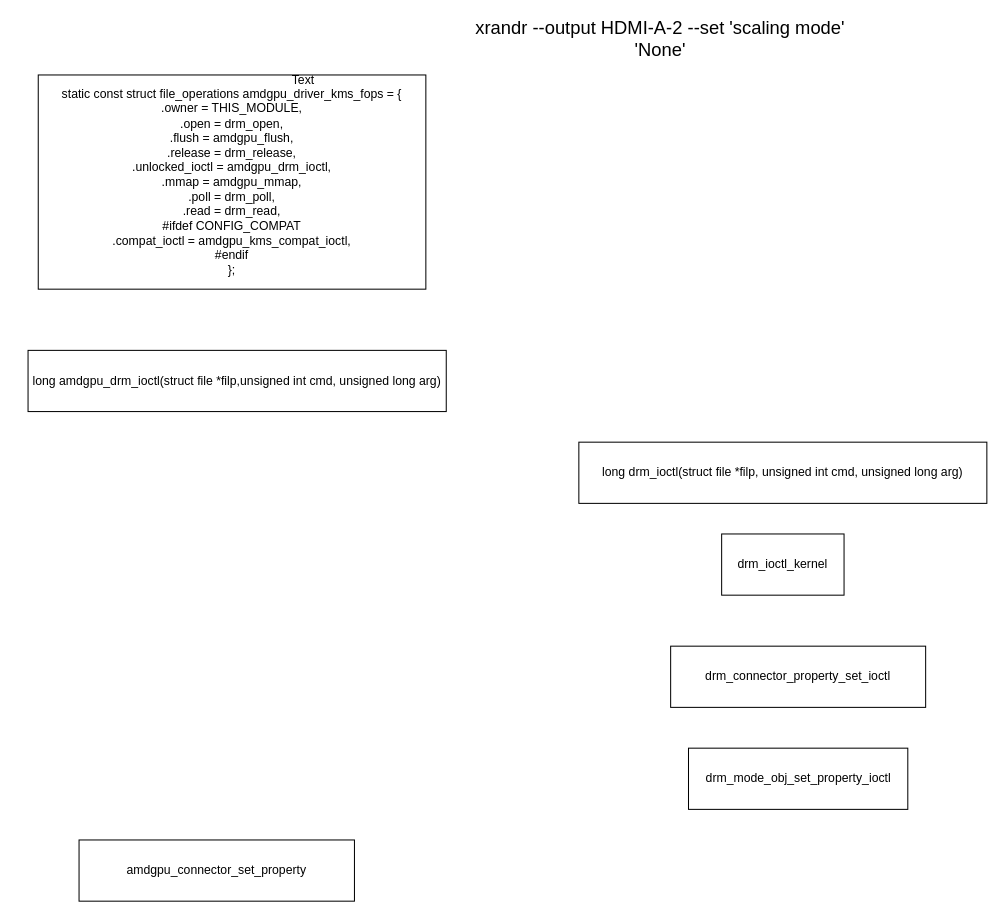
The draw.io diagram amdgpu drm ioctl flow.drawio in hongaoo/draw-io-files, before the edit. Source tidied: cells renumbered, new cells numbered last; positions are measured from the earlier drawing's top-left corner, leaving out a move shared by most shapes. Both pictures are drawn from the tidied source at 102%, with x=0, y=0 at pixel (28, 23).
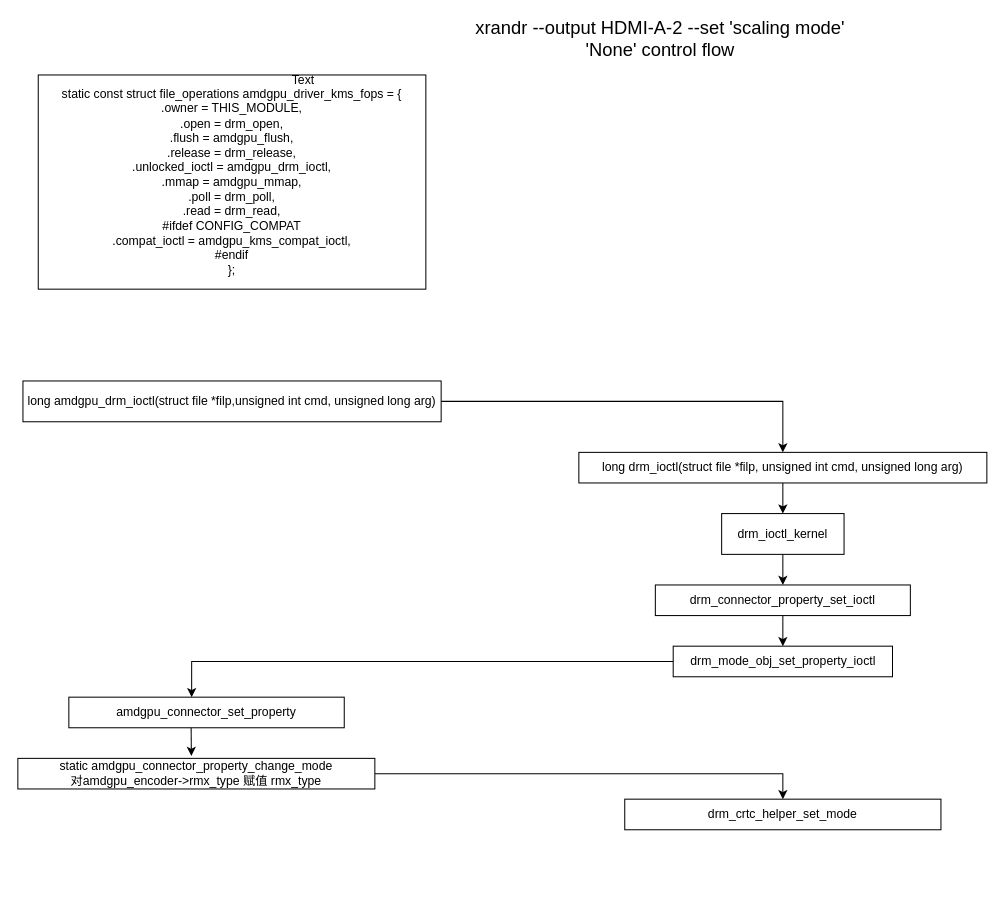
The same page after the edit.

The edit, as a diff of the source:
```diff
@@
 <mxGraphModel>
   <root>
     <mxCell id="0" />
     <mxCell id="1" parent="0" />
     <mxCell id="2" value="&lt;div&gt;static const struct file_operations amdgpu_driver_kms_fops = {&lt;/div&gt;&lt;div&gt;&lt;span&gt; &lt;/span&gt;.owner = THIS_MODULE,&lt;/div&gt;&lt;div&gt;&lt;span&gt; &lt;/span&gt;.open = drm_open,&lt;/div&gt;&lt;div&gt;&lt;span&gt; &lt;/span&gt;.flush = amdgpu_flush,&lt;/div&gt;&lt;div&gt;&lt;span&gt; &lt;/span&gt;.release = drm_release,&lt;/div&gt;&lt;div&gt;&lt;span&gt; &lt;/span&gt;.unlocked_ioctl = amdgpu_drm_ioctl,&lt;/div&gt;&lt;div&gt;&lt;span&gt; &lt;/span&gt;.mmap = amdgpu_mmap,&lt;/div&gt;&lt;div&gt;&lt;span&gt; &lt;/span&gt;.poll = drm_poll,&lt;/div&gt;&lt;div&gt;&lt;span&gt; &lt;/span&gt;.read = drm_read,&lt;/div&gt;&lt;div&gt;#ifdef CONFIG_COMPAT&lt;/div&gt;&lt;div&gt;&lt;span&gt; &lt;/span&gt;.compat_ioctl = amdgpu_kms_compat_ioctl,&lt;/div&gt;&lt;div&gt;#endif&lt;/div&gt;&lt;div&gt;};&lt;/div&gt;" style="rounded=0;whiteSpace=wrap;html=1;" parent="1" vertex="1">
       <mxGeometry x="10" y="50" width="380" height="210" as="geometry" />
     </mxCell>
+    <mxCell id="11" style="edgeStyle=orthogonalEdgeStyle;rounded=0;jettySize=auto;html=1;fontSize=18;" parent="1" edge="1" source="3" target="4">
+      <mxGeometry relative="1" as="geometry" />
+    </mxCell>
     <mxCell id="3" value="long amdgpu_drm_ioctl&lt;span&gt;(struct file *filp,&lt;/span&gt;&lt;span&gt;unsigned int cmd, unsigned long arg)&lt;/span&gt;&lt;span&gt;&lt;br&gt;&lt;/span&gt;" style="rounded=0;whiteSpace=wrap;html=1;" parent="1" vertex="1">
-      <mxGeometry y="320" width="410" height="60" as="geometry" />
+      <mxGeometry x="-5" y="350" width="410" height="40" as="geometry" />
     </mxCell>
+    <mxCell id="12" style="edgeStyle=orthogonalEdgeStyle;rounded=0;jettySize=auto;html=1;fontSize=18;" parent="1" edge="1" source="4" target="5">
+      <mxGeometry relative="1" as="geometry" />
+    </mxCell>
     <mxCell id="4" value="&lt;div&gt;long drm_ioctl(struct file *filp,&amp;nbsp;&lt;span&gt;unsigned int cmd, unsigned long arg)&lt;/span&gt;&lt;/div&gt;" style="rounded=0;whiteSpace=wrap;html=1;" parent="1" vertex="1">
-      <mxGeometry x="540" y="410" width="400" height="60" as="geometry" />
+      <mxGeometry x="540" y="420" width="400" height="30" as="geometry" />
     </mxCell>
+    <mxCell id="13" style="edgeStyle=orthogonalEdgeStyle;rounded=0;jettySize=auto;html=1;fontSize=18;" parent="1" edge="1" source="5" target="6">
+      <mxGeometry relative="1" as="geometry" />
+    </mxCell>
     <mxCell id="5" value="drm_ioctl_kernel" style="rounded=0;whiteSpace=wrap;html=1;" parent="1" vertex="1">
-      <mxGeometry x="680" y="500" width="120" height="60" as="geometry" />
+      <mxGeometry x="680" y="480" width="120" height="40" as="geometry" />
     </mxCell>
+    <mxCell id="14" style="edgeStyle=orthogonalEdgeStyle;rounded=0;jettySize=auto;html=1;fontSize=18;" parent="1" edge="1" source="6" target="7">
+      <mxGeometry relative="1" as="geometry" />
+    </mxCell>
     <mxCell id="6" value="drm_connector_property_set_ioctl" style="rounded=0;whiteSpace=wrap;html=1;" parent="1" vertex="1">
-      <mxGeometry x="630" y="610" width="250" height="60" as="geometry" />
+      <mxGeometry x="615" y="550" width="250" height="30" as="geometry" />
     </mxCell>
+    <mxCell id="15" style="edgeStyle=orthogonalEdgeStyle;rounded=0;jettySize=auto;html=1;entryX=0.446;entryY=0.033;entryDx=0;entryDy=0;entryPerimeter=0;fontSize=18;" parent="1" edge="1" source="7" target="8">
+      <mxGeometry relative="1" as="geometry" />
+    </mxCell>
     <mxCell id="7" value="drm_mode_obj_set_property_ioctl" style="rounded=0;whiteSpace=wrap;html=1;" parent="1" vertex="1">
-      <mxGeometry x="647.5" y="710" width="215" height="60" as="geometry" />
+      <mxGeometry x="632.5" y="610" width="215" height="30" as="geometry" />
     </mxCell>
+    <mxCell id="16" style="edgeStyle=orthogonalEdgeStyle;rounded=0;jettySize=auto;html=1;entryX=0.486;entryY=-0.078;entryDx=0;entryDy=0;entryPerimeter=0;fontSize=12;exitX=0.444;exitY=0.978;exitDx=0;exitDy=0;exitPerimeter=0;" parent="1" edge="1" source="8" target="18">
+      <mxGeometry relative="1" as="geometry" />
+    </mxCell>
     <mxCell id="8" value="amdgpu_connector_set_property" style="rounded=0;whiteSpace=wrap;html=1;" parent="1" vertex="1">
-      <mxGeometry x="50" y="800" width="270" height="60" as="geometry" />
+      <mxGeometry x="40" y="660" width="270" height="30" as="geometry" />
     </mxCell>
     <mxCell id="9" value="Text" style="text;html=1;strokeColor=none;fillColor=none;align=center;verticalAlign=middle;whiteSpace=wrap;rounded=0;" parent="1" vertex="1">
       <mxGeometry x="240" y="40" width="60" height="30" as="geometry" />
     </mxCell>
-    <mxCell id="10" value="xrandr --output HDMI-A-2 --set 'scaling mode' 'None'" style="text;html=1;strokeColor=none;fillColor=none;align=center;verticalAlign=middle;whiteSpace=wrap;rounded=0;fontSize=18;" parent="1" vertex="1">
+    <mxCell id="10" value="xrandr --output HDMI-A-2 --set 'scaling mode' 'None' control flow" style="text;html=1;strokeColor=none;fillColor=none;align=center;verticalAlign=middle;whiteSpace=wrap;rounded=0;fontSize=18;" parent="1" vertex="1">
       <mxGeometry x="430" width="380" height="30" as="geometry" />
     </mxCell>
+    <mxCell id="17" style="edgeStyle=orthogonalEdgeStyle;rounded=0;jettySize=auto;html=1;entryX=0.5;entryY=0;entryDx=0;entryDy=0;fontSize=12;" parent="1" edge="1" source="18" target="19">
+      <mxGeometry relative="1" as="geometry" />
+    </mxCell>
+    <mxCell id="18" value="static amdgpu_connector_property_change_mode&lt;br&gt;对amdgpu_encoder-&amp;gt;rmx_type 赋值 rmx_type" style="rounded=0;whiteSpace=wrap;html=1;fontSize=12;" parent="1" vertex="1">
+      <mxGeometry x="-10" y="720" width="350" height="30" as="geometry" />
+    </mxCell>
+    <mxCell id="19" value="drm_crtc_helper_set_mode" style="rounded=0;whiteSpace=wrap;html=1;fontSize=12;" parent="1" vertex="1">
+      <mxGeometry x="585" y="760" width="310" height="30" as="geometry" />
+    </mxCell>
   </root>
 </mxGraphModel>
```
